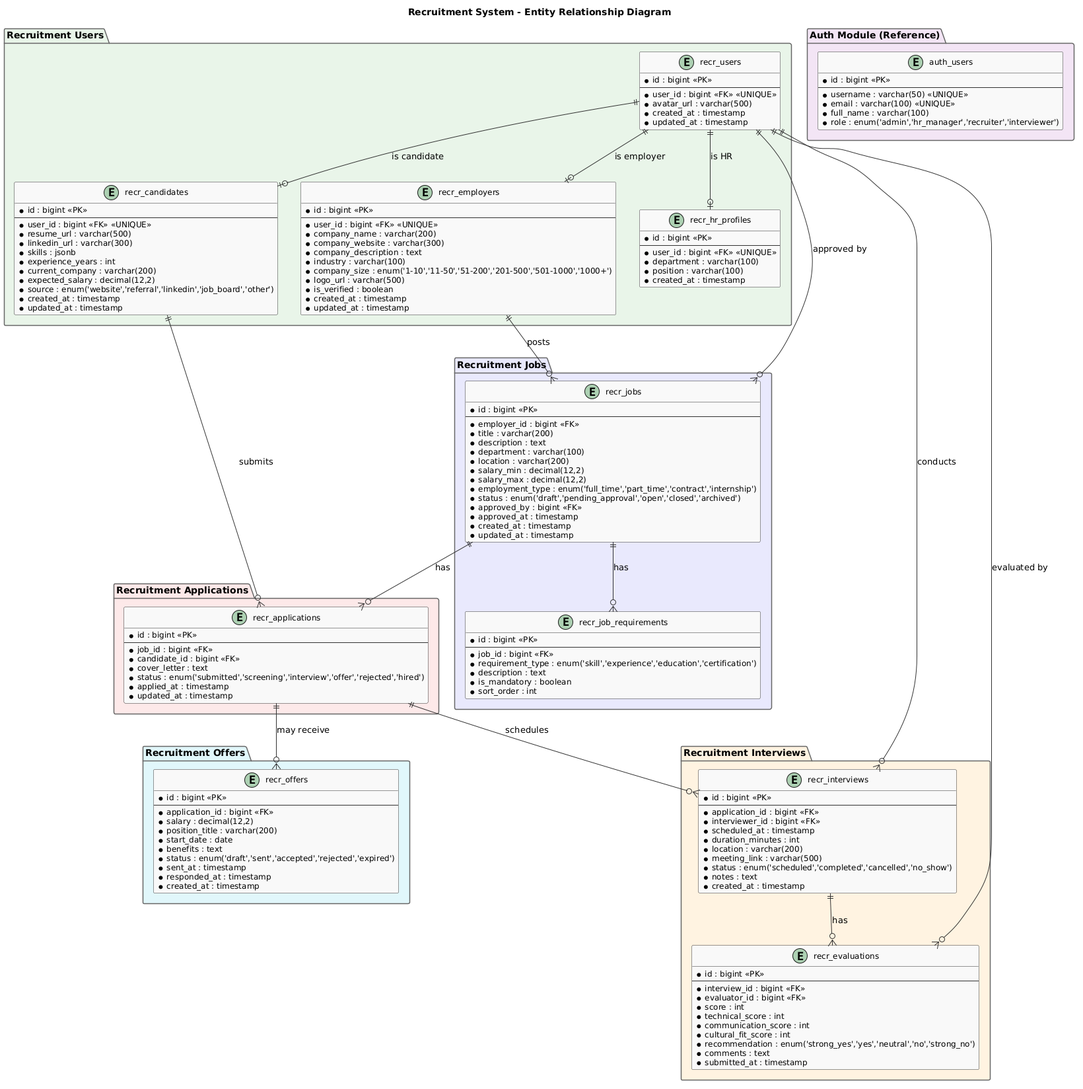
Above: modules/dist/recr/images/erd/erd-recr.png in namnh240795/document (PlantUML), before the change.
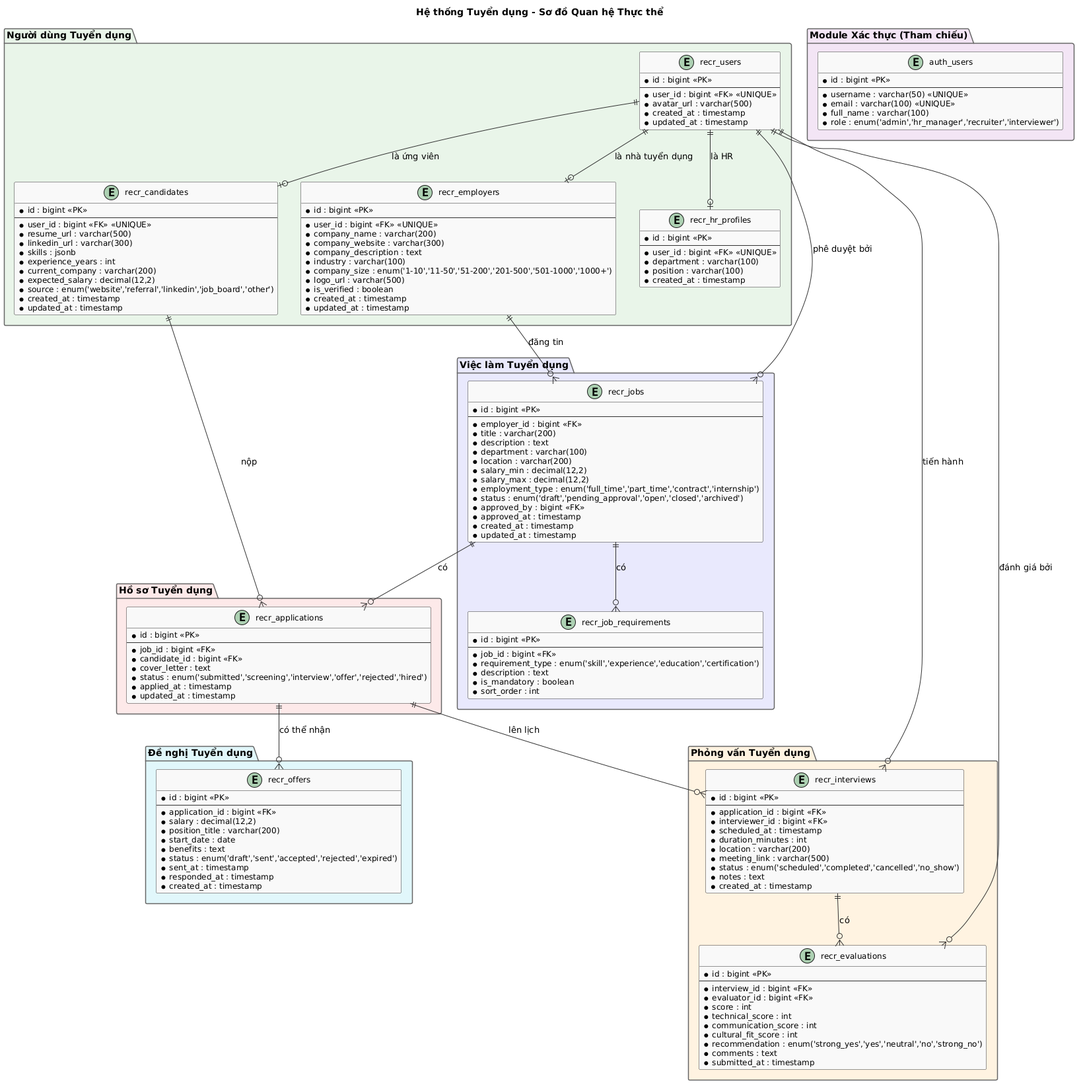
The same diagram one commit later.

Change to the diagram source:
```diff
@@ -11,9 +11,9 @@
   BorderColor #666666
 }
 
-title Recruitment System - Entity Relationship Diagram
+title Hệ thống Tuyển dụng - Sơ đồ Quan hệ Thực thể
 
-package "Recruitment Users" #E8F4E8 {
+package "Người dùng Tuyển dụng" #E8F4E8 {
   entity "recr_users" as users {
     * id : bigint <<PK>>
     --
@@ -63,7 +63,7 @@
   }
 }
 
-package "Recruitment Jobs" #E8E8FD {
+package "Việc làm Tuyển dụng" #E8E8FD {
   entity "recr_jobs" as jobs {
     * id : bigint <<PK>>
     --
@@ -93,7 +93,7 @@
   }
 }
 
-package "Recruitment Applications" #FDE8E8 {
+package "Hồ sơ Tuyển dụng" #FDE8E8 {
   entity "recr_applications" as applications {
     * id : bigint <<PK>>
     --
@@ -106,7 +106,7 @@
   }
 }
 
-package "Recruitment Interviews" #FFF3E0 {
+package "Phỏng vấn Tuyển dụng" #FFF3E0 {
   entity "recr_interviews" as interviews {
     * id : bigint <<PK>>
     --
@@ -136,7 +136,7 @@
   }
 }
 
-package "Recruitment Offers" #E0F7FA {
+package "Đề nghị Tuyển dụng" #E0F7FA {
   entity "recr_offers" as offers {
     * id : bigint <<PK>>
     --
@@ -152,7 +152,7 @@
   }
 }
 
-package "Auth Module (Reference)" #F3E5F5 {
+package "Module Xác thực (Tham chiếu)" #F3E5F5 {
   entity "auth_users" as auth_users {
     * id : bigint <<PK>>
     --
@@ -164,23 +164,23 @@
 }
 
 
-users ||--o| candidates : "is candidate"
-users ||--o| employers : "is employer"
-users ||--o| hr_profiles : "is HR"
+users ||--o| candidates : "là ứng viên"
+users ||--o| employers : "là nhà tuyển dụng"
+users ||--o| hr_profiles : "là HR"
 
-employers ||--o{ jobs : "posts"
-users ||--o{ jobs : "approved by"
-jobs ||--o{ job_requirements : "has"
+employers ||--o{ jobs : "đăng tin"
+users ||--o{ jobs : "phê duyệt bởi"
+jobs ||--o{ job_requirements : "có"
 
-jobs ||--o{ applications : "has"
-candidates ||--o{ applications : "submits"
+jobs ||--o{ applications : "có"
+candidates ||--o{ applications : "nộp"
 
-applications ||--o{ interviews : "schedules"
-users ||--o{ interviews : "conducts"
+applications ||--o{ interviews : "lên lịch"
+users ||--o{ interviews : "tiến hành"
 
-interviews ||--o{ evaluations : "has"
-users ||--o{ evaluations : "evaluated by"
+interviews ||--o{ evaluations : "có"
+users ||--o{ evaluations : "đánh giá bởi"
 
-applications ||--o{ offers : "may receive"
+applications ||--o{ offers : "có thể nhận"
 
 @enduml
```
